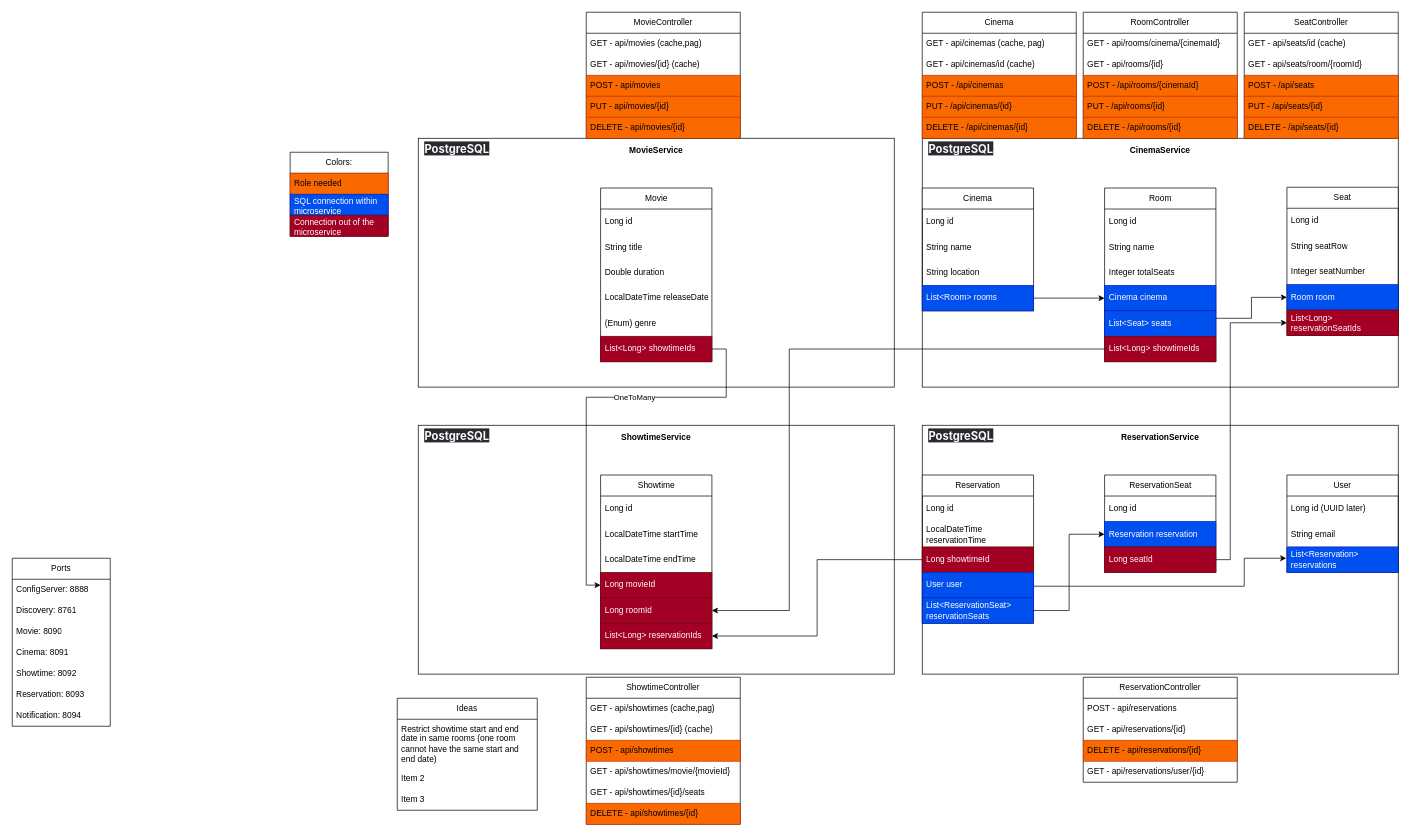
Before: system.drawio in tpoda35/JAVA.PROJECT.MovieReservationSystem, a draw.io diagram. Source tidied: cells renumbered, new cells numbered last; positions are measured from the earlier drawing's top-left corner, leaving out a move shared by most shapes. Both pictures are drawn from the tidied source at 70%, with x=0, y=0 at pixel (12, 12).
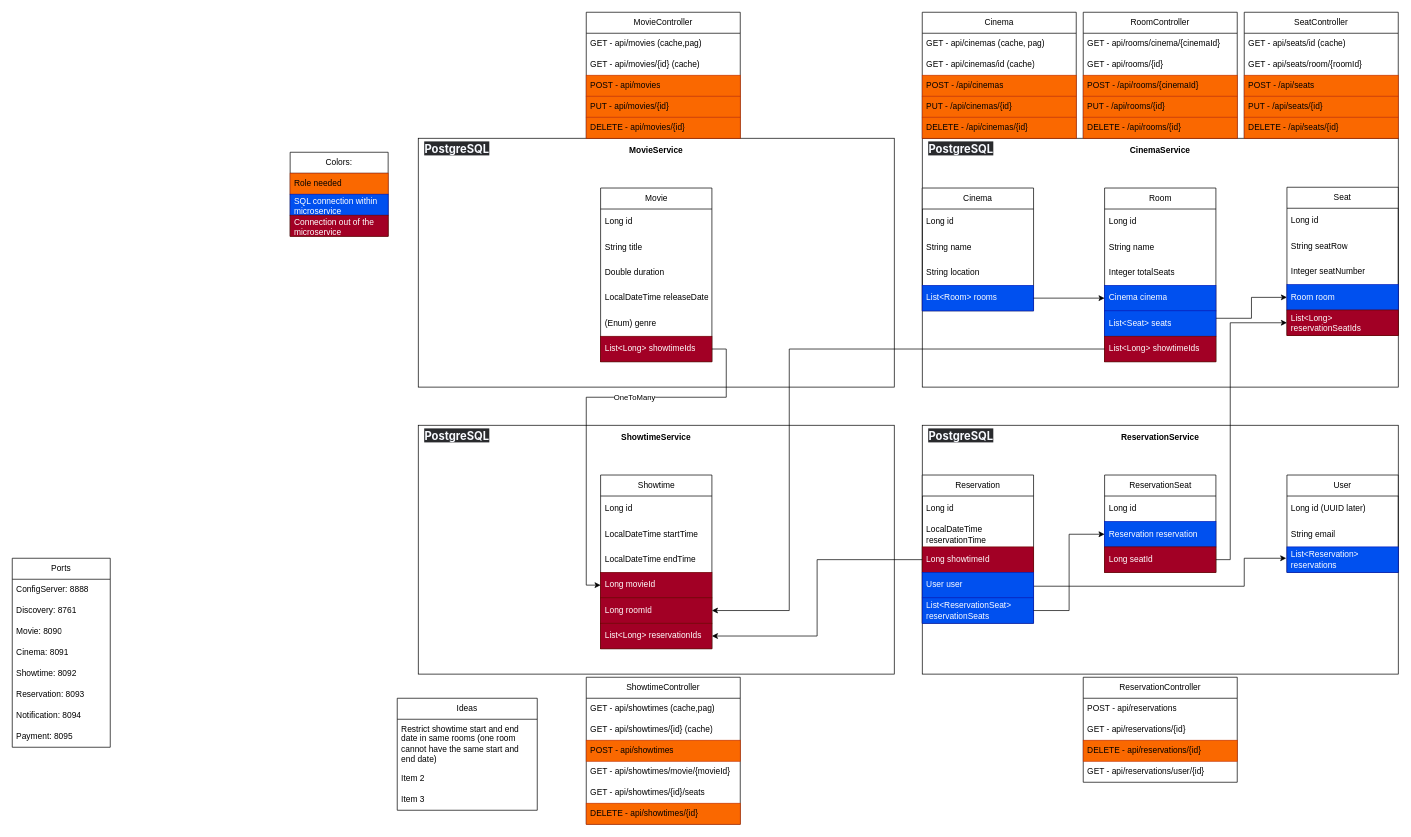
After the change.

The edit, as a diff of the source:
```diff
@@
     <mxCell id="2" value="Ports" style="swimlane;fontStyle=0;horizontal=1;startSize=30;whiteSpace=wrap;html=1;" parent="1" vertex="1">
-      <mxGeometry y="780" width="140" height="240" as="geometry" />
+      <mxGeometry y="780" width="140" height="270" as="geometry" />
     </mxCell>
@@
+    <mxCell id="125" value="Payment: 8095" style="text;strokeColor=none;fillColor=none;align=left;verticalAlign=middle;spacingLeft=4;spacingRight=4;overflow=hidden;whiteSpace=wrap;html=1;" parent="2" vertex="1">
+      <mxGeometry y="240" width="140" height="30" as="geometry" />
+    </mxCell>
```
